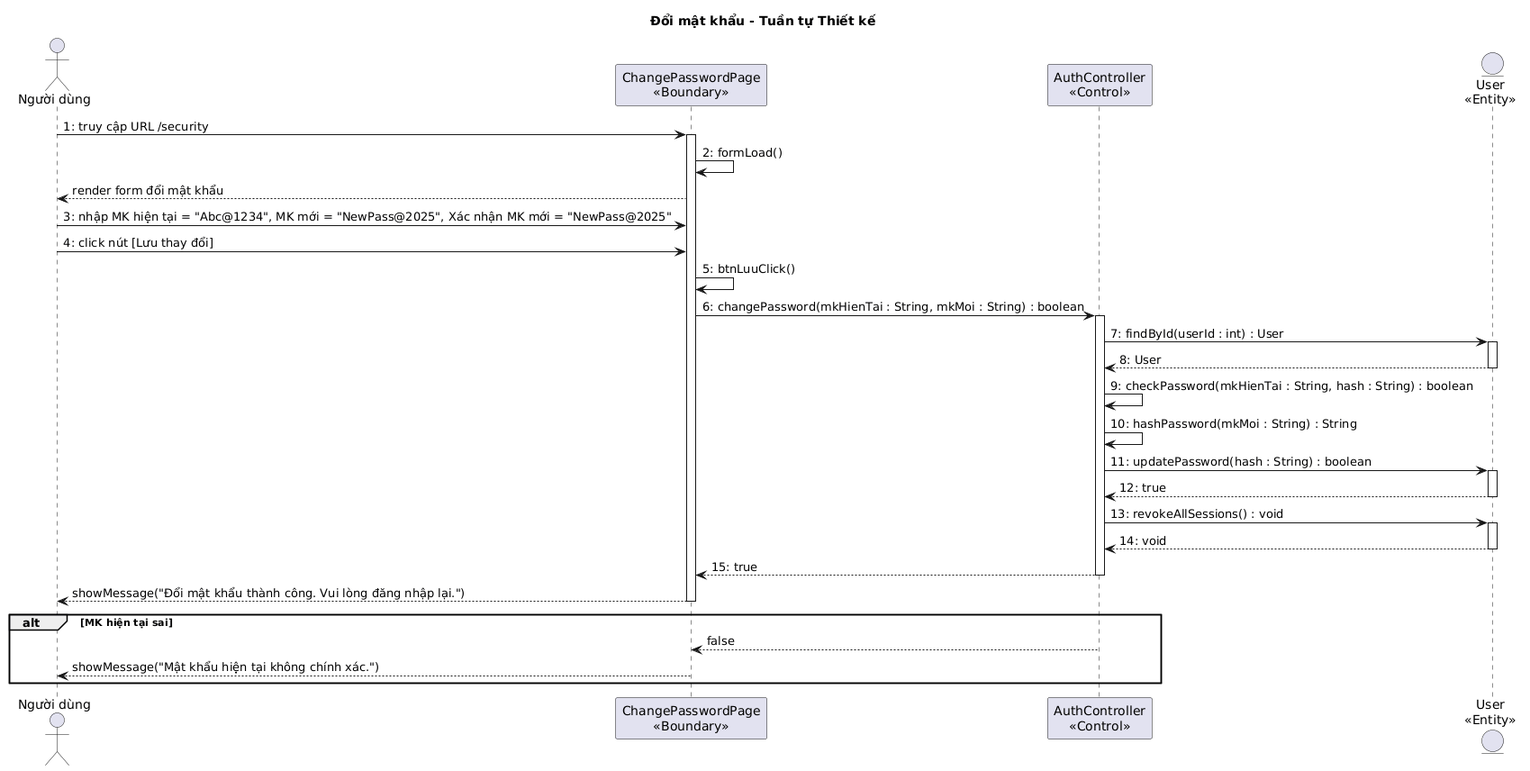
Earlier version of the PlantUML export output/diagrams/account_seq_changepw_design.png (thanhtrnnn/cnpm). Source of this version:
```plantuml
@startuml
title Đổi mật khẩu - Tuần tự Thiết kế

actor "Người dùng" as User
participant "ChangePasswordPage\n<<Boundary>>" as B1
participant "AuthController\n<<Control>>" as C1
entity "User\n<<Entity>>" as E1

User -> B1 : 1: truy cập URL /security
activate B1
B1 -> B1 : 2: formLoad()
B1 --> User : render form đổi mật khẩu
User -> B1 : 3: nhập MK hiện tại = "Abc@1234", MK mới = "NewPass@2025", Xác nhận MK mới = "NewPass@2025"
User -> B1 : 4: click nút [Lưu thay đổi]
B1 -> B1 : 5: btnLuuClick()
B1 -> C1 : 6: changePassword(mkHienTai : String, mkMoi : String) : boolean
activate C1
C1 -> E1 : 7: findById(userId : int) : User
activate E1
E1 --> C1 : 8: User
deactivate E1
C1 -> C1 : 9: checkPassword(mkHienTai : String, hash : String) : boolean
C1 -> C1 : 10: hashPassword(mkMoi : String) : String
C1 -> E1 : 11: updatePassword(hash : String) : boolean
activate E1
E1 --> C1 : 12: true
deactivate E1
C1 -> E1 : 13: revokeAllSessions() : void
activate E1
E1 --> C1 : 14: void
deactivate E1
C1 --> B1 : 15: true
deactivate C1
B1 --> User : showMessage("Đổi mật khẩu thành công. Vui lòng đăng nhập lại.")
deactivate B1

alt MK hiện tại sai
  C1 --> B1 : false
  B1 --> User : showMessage("Mật khẩu hiện tại không chính xác.")
end
@enduml
```
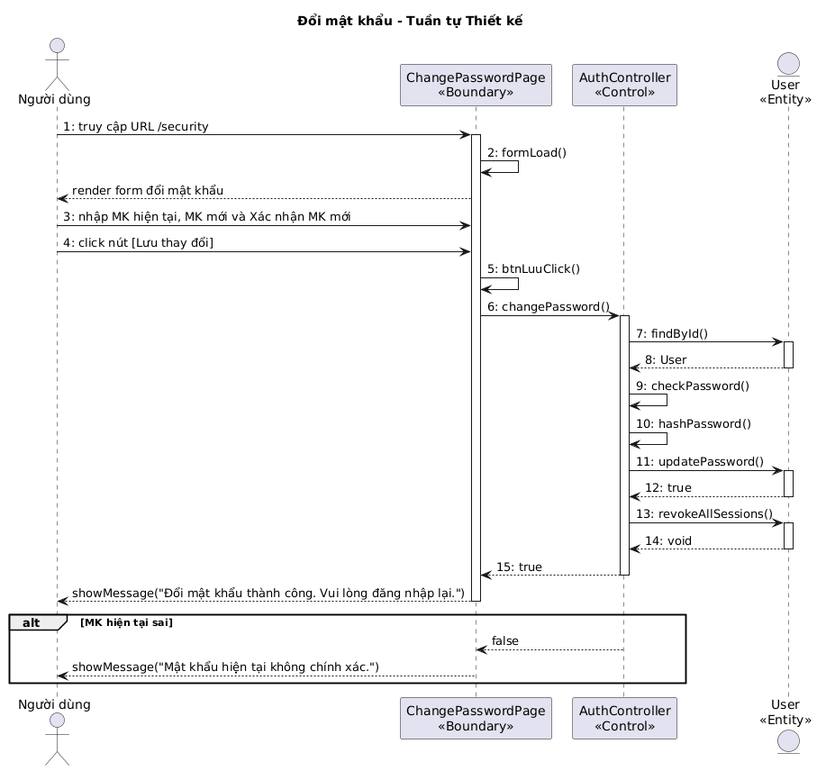
The same file after the commit.

Change to the diagram source:
```diff
@@ -10,22 +10,22 @@
 activate B1
 B1 -> B1 : 2: formLoad()
 B1 --> User : render form đổi mật khẩu
-User -> B1 : 3: nhập MK hiện tại = "Abc@1234", MK mới = "NewPass@2025", Xác nhận MK mới = "NewPass@2025"
+User -> B1 : 3: nhập MK hiện tại, MK mới và Xác nhận MK mới
 User -> B1 : 4: click nút [Lưu thay đổi]
 B1 -> B1 : 5: btnLuuClick()
-B1 -> C1 : 6: changePassword(mkHienTai : String, mkMoi : String) : boolean
+B1 -> C1 : 6: changePassword()
 activate C1
-C1 -> E1 : 7: findById(userId : int) : User
+C1 -> E1 : 7: findById()
 activate E1
 E1 --> C1 : 8: User
 deactivate E1
-C1 -> C1 : 9: checkPassword(mkHienTai : String, hash : String) : boolean
-C1 -> C1 : 10: hashPassword(mkMoi : String) : String
-C1 -> E1 : 11: updatePassword(hash : String) : boolean
+C1 -> C1 : 9: checkPassword()
+C1 -> C1 : 10: hashPassword()
+C1 -> E1 : 11: updatePassword()
 activate E1
 E1 --> C1 : 12: true
 deactivate E1
-C1 -> E1 : 13: revokeAllSessions() : void
+C1 -> E1 : 13: revokeAllSessions()
 activate E1
 E1 --> C1 : 14: void
 deactivate E1
```
